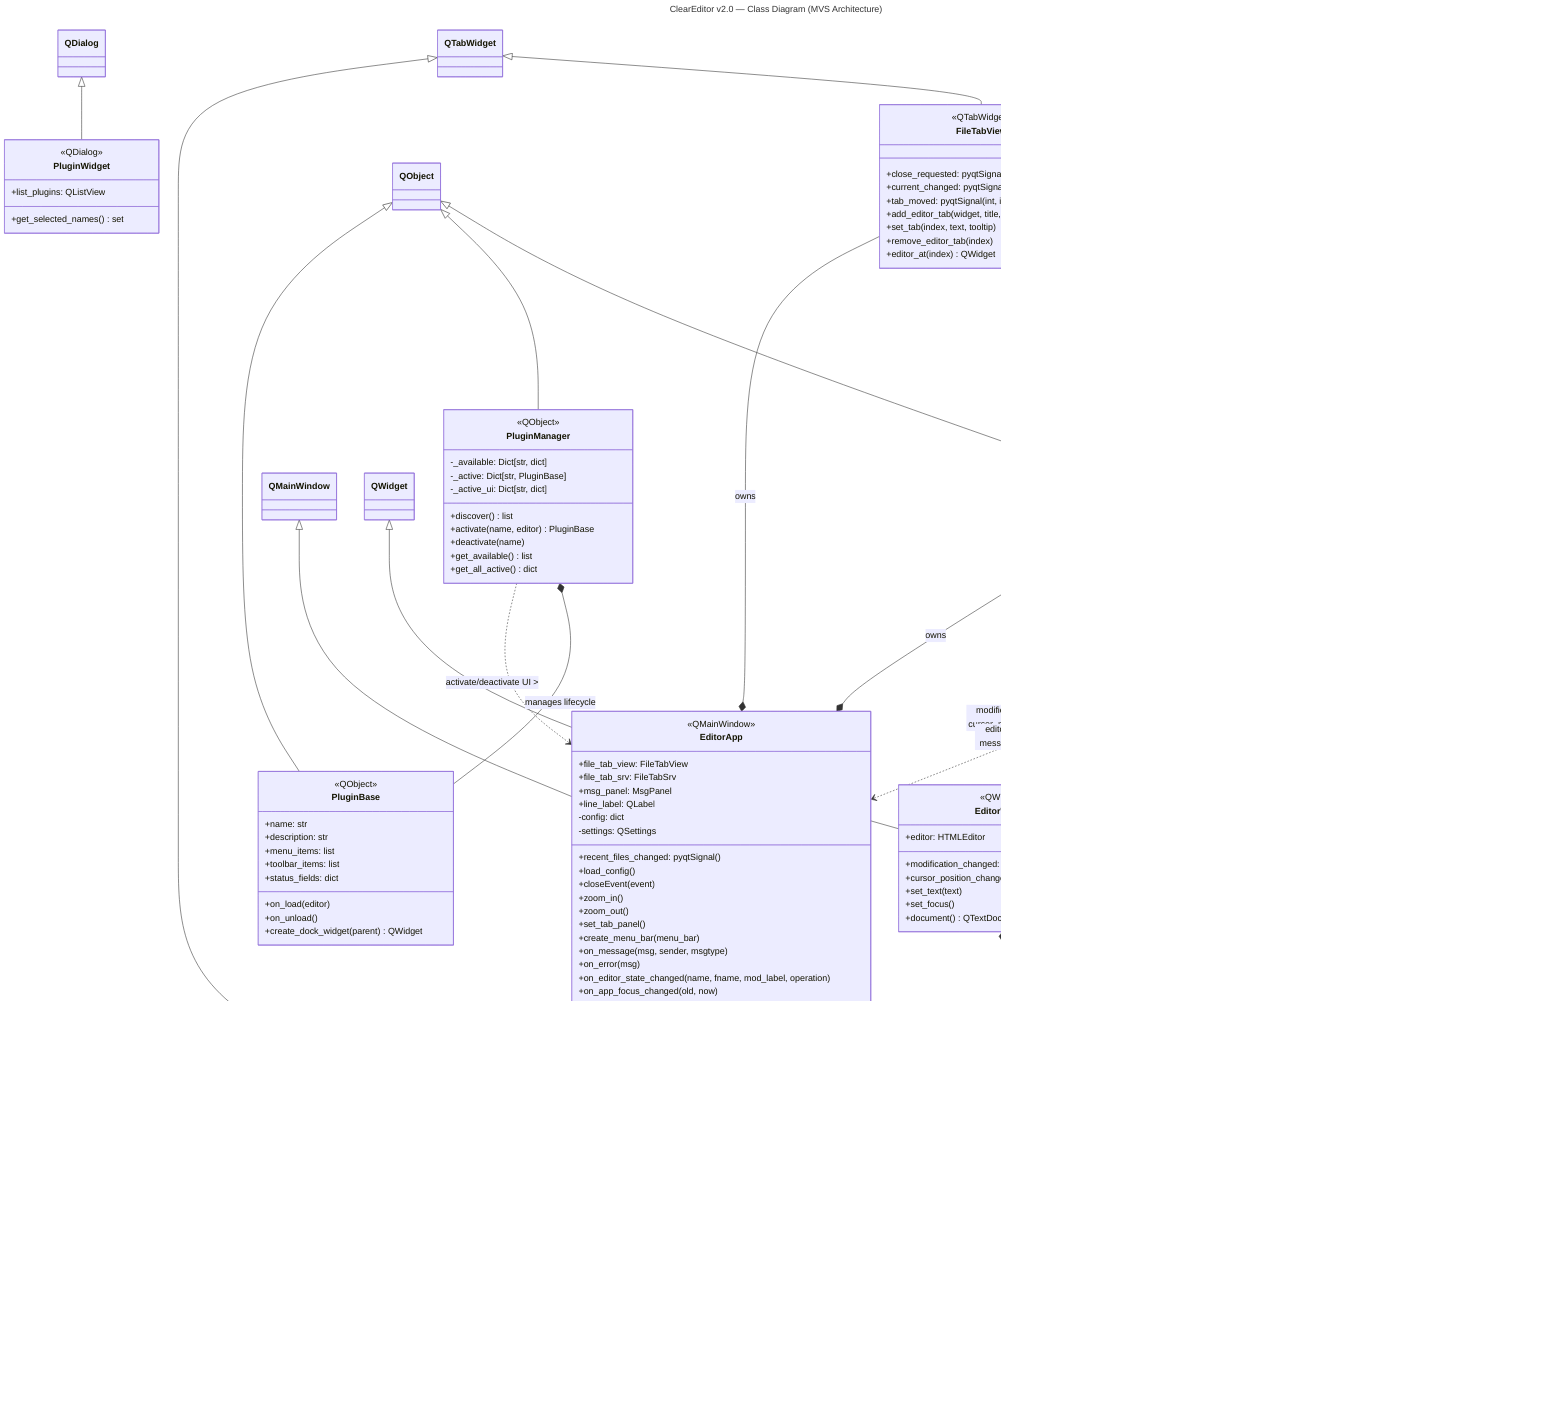
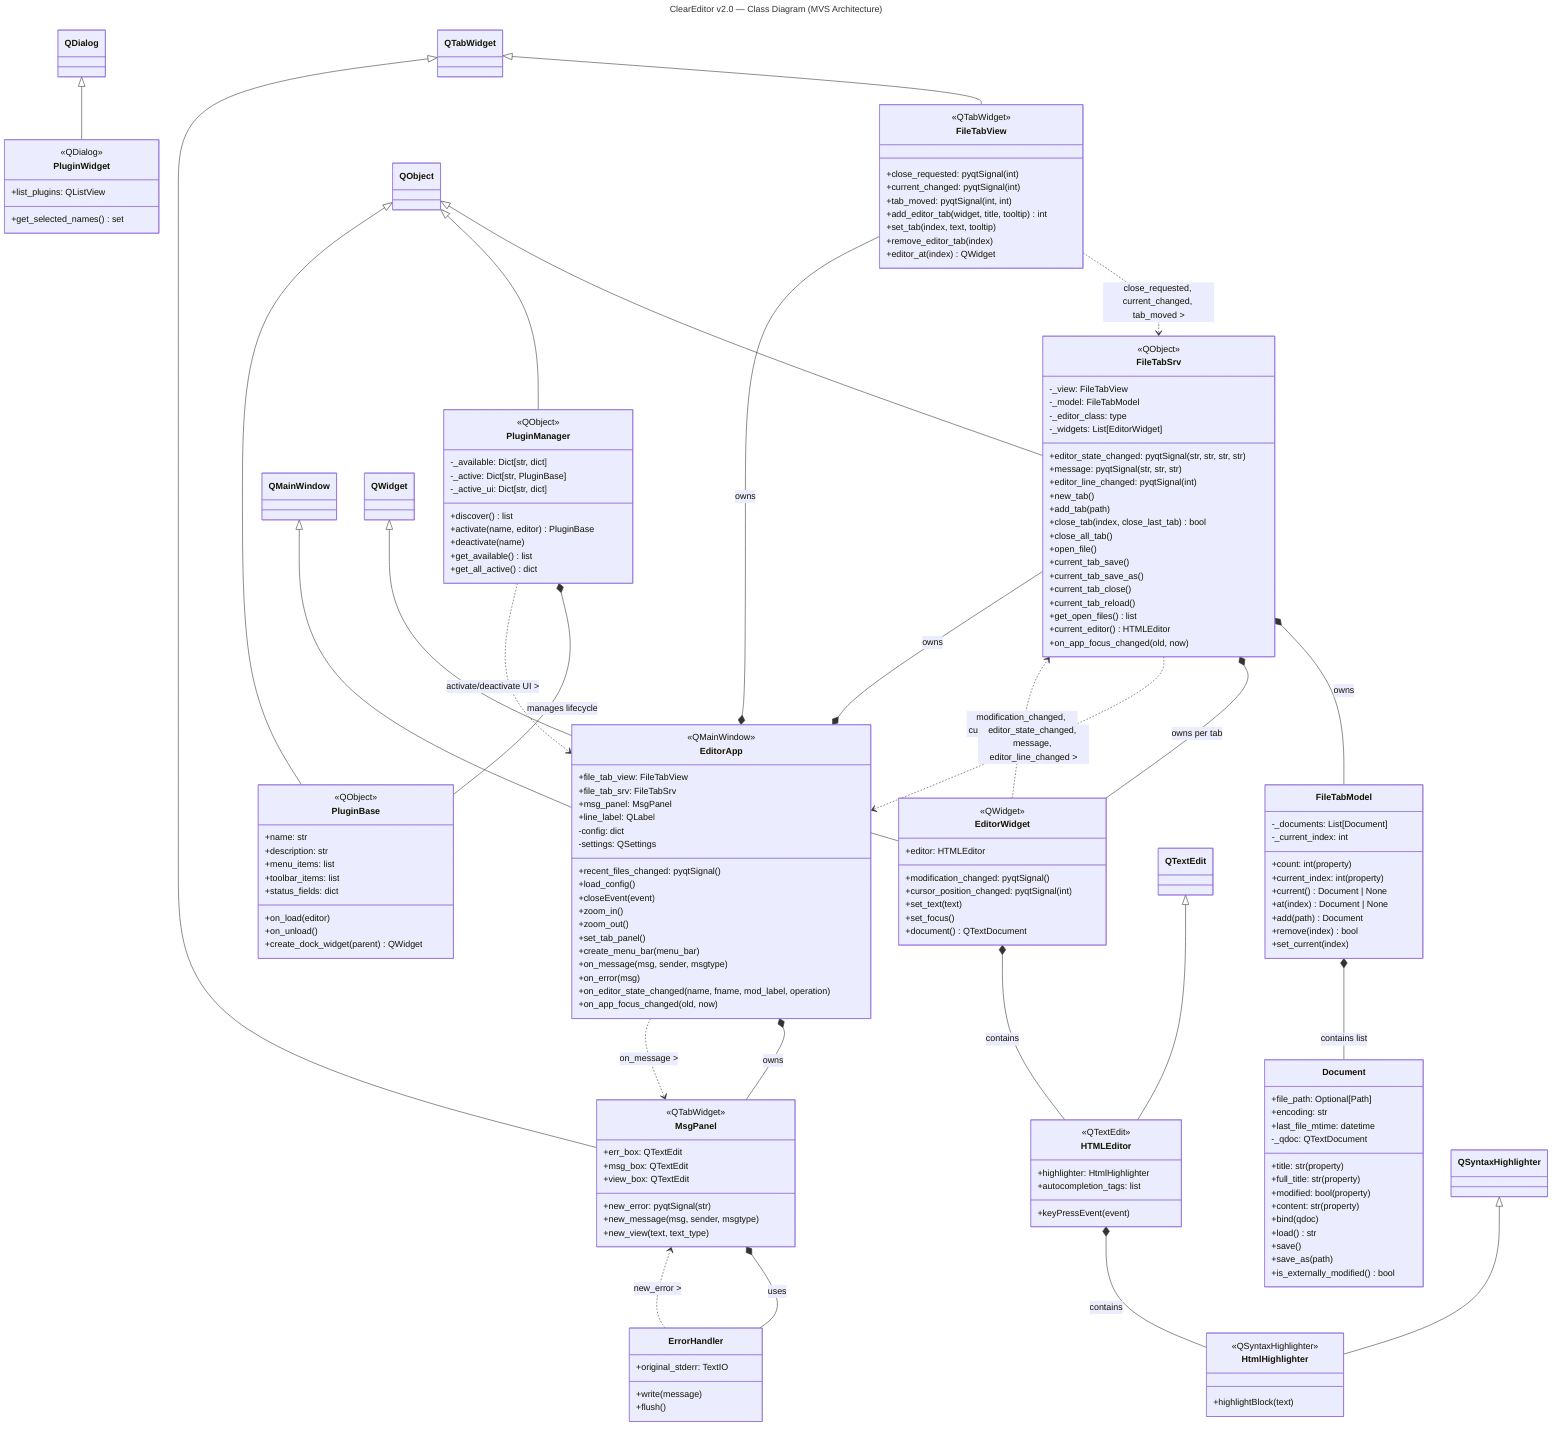
---
title: ClearEditor v2.0 — Class Diagram (MVS Architecture)
---

classDiagram
    direction TB

    %% ======================== MODELS (pure Python) ========================
    class Document {
        +file_path: Optional[Path]
        +encoding: str
        +last_file_mtime: datetime
        -_qdoc: QTextDocument
        +title: str (property)
        +full_title: str (property)
        +modified: bool (property)
        +content: str (property)
        +bind(qdoc)
        +load() str
        +save()
        +save_as(path)
        +is_externally_modified() bool
    }

    class FileTabModel {
        -_documents: List[Document]
        -_current_index: int
        +count: int (property)
        +current_index: int (property)
        +current() Document | None
        +at(index) Document | None
        +add(path) Document
        +remove(index) bool
        +set_current(index)
    }

    %% ======================== VIEWS (Qt widgets) ========================
    class FileTabView {
        <<QTabWidget>>
        +close_requested: pyqtSignal(int)
        +current_changed: pyqtSignal(int)
        +tab_moved: pyqtSignal(int, int)
        +add_editor_tab(widget, title, tooltip) int
        +set_tab(index, text, tooltip)
        +remove_editor_tab(index)
        +editor_at(index) QWidget
    }

    class EditorWidget {
        <<QWidget>>
        +modification_changed: pyqtSignal()
        +cursor_position_changed: pyqtSignal(int)
        +editor: HTMLEditor
        +set_text(text)
        +set_focus()
        +document() QTextDocument
    }

    class HTMLEditor {
        <<QTextEdit>>
        +highlighter: HtmlHighlighter
        +autocompletion_tags: list
        +keyPressEvent(event)
    }

    class HtmlHighlighter {
        <<QSyntaxHighlighter>>
        +highlightBlock(text)
    }

    %% ======================== SERVICE (business logic) ========================
    class FileTabSrv {
        <<QObject>>
        +editor_state_changed: pyqtSignal(str, str, str, str)
        +message: pyqtSignal(str, str, str)
-         +line_changed: pyqtSignal(int)
+         +editor_line_changed: pyqtSignal(int)
        -_view: FileTabView
        -_model: FileTabModel
        -_editor_class: type
        -_widgets: List[EditorWidget]
        +new_tab()
        +add_tab(path)
        +close_tab(index, close_last_tab) bool
        +close_all_tab()
        +open_file()
        +current_tab_save()
        +current_tab_save_as()
        +current_tab_close()
        +current_tab_reload()
        +get_open_files() list
        +current_editor() HTMLEditor
        +on_app_focus_changed(old, now)
    }

    %% ======================== APPLICATION (orchestrator) ========================
    class EditorApp {
        <<QMainWindow>>
        +recent_files_changed: pyqtSignal()
        +file_tab_view: FileTabView
        +file_tab_srv: FileTabSrv
        +msg_panel: MsgPanel
        +line_label: QLabel
        -config: dict
        -settings: QSettings
        +load_config()
        +closeEvent(event)
        +zoom_in()
        +zoom_out()
        +set_tab_panel()
        +create_menu_bar(menu_bar)
        +on_message(msg, sender, msgtype)
        +on_error(msg)
        +on_editor_state_changed(name, fname, mod_label, operation)
        +on_app_focus_changed(old, now)
    }

    class MsgPanel {
        <<QTabWidget>>
        +new_error: pyqtSignal(str)
        +err_box: QTextEdit
        +msg_box: QTextEdit
        +view_box: QTextEdit
        +new_message(msg, sender, msgtype)
        +new_view(text, text_type)
    }

    class ErrorHandler {
        +original_stderr: TextIO
        +write(message)
        +flush()
    }

    %% ======================== PLUGINS ========================
    class PluginManager {
        <<QObject>>
        -_available: Dict[str, dict]
        -_active: Dict[str, PluginBase]
        -_active_ui: Dict[str, dict]
        +discover() list
        +activate(name, editor) PluginBase
        +deactivate(name)
        +get_available() list
        +get_all_active() dict
    }

    class PluginBase {
        <<QObject>>
        +name: str
        +description: str
        +menu_items: list
        +toolbar_items: list
        +status_fields: dict
        +on_load(editor)
        +on_unload()
        +create_dock_widget(parent) QWidget
    }

    class PluginWidget {
        <<QDialog>>
        +list_plugins: QListView
        +get_selected_names() set
    }

    %% ======================== INHERITANCE ========================
    QMainWindow <|-- EditorApp
    QTabWidget <|-- FileTabView
    QTabWidget <|-- MsgPanel
    QWidget <|-- EditorWidget
    QTextEdit <|-- HTMLEditor
    QSyntaxHighlighter <|-- HtmlHighlighter
    QObject <|-- FileTabSrv
    QObject <|-- PluginManager
    QObject <|-- PluginBase
    QDialog <|-- PluginWidget

    %% ======================== COMPOSITION ========================
    EditorApp *-- FileTabView : owns
    EditorApp *-- FileTabSrv : owns
    EditorApp *-- MsgPanel : owns
    FileTabSrv *-- FileTabModel : owns
    FileTabSrv *-- EditorWidget : owns per tab
    FileTabModel *-- Document : contains list
    EditorWidget *-- HTMLEditor : contains
    HTMLEditor *-- HtmlHighlighter : contains
    MsgPanel *-- ErrorHandler : uses
    PluginManager *-- PluginBase : manages lifecycle

    %% ======================== SIGNAL CONNECTIONS ========================
    FileTabView ..> FileTabSrv : close_requested, current_changed, tab_moved >
    EditorWidget ..> FileTabSrv : modification_changed, cursor_position_changed >
-     FileTabSrv ..> EditorApp : editor_state_changed, message, line_changed >
+     FileTabSrv ..> EditorApp : editor_state_changed, message, editor_line_changed >
    EditorApp ..> MsgPanel : on_message >
    ErrorHandler ..> MsgPanel : new_error >
    PluginManager ..> EditorApp : activate/deactivate UI >
